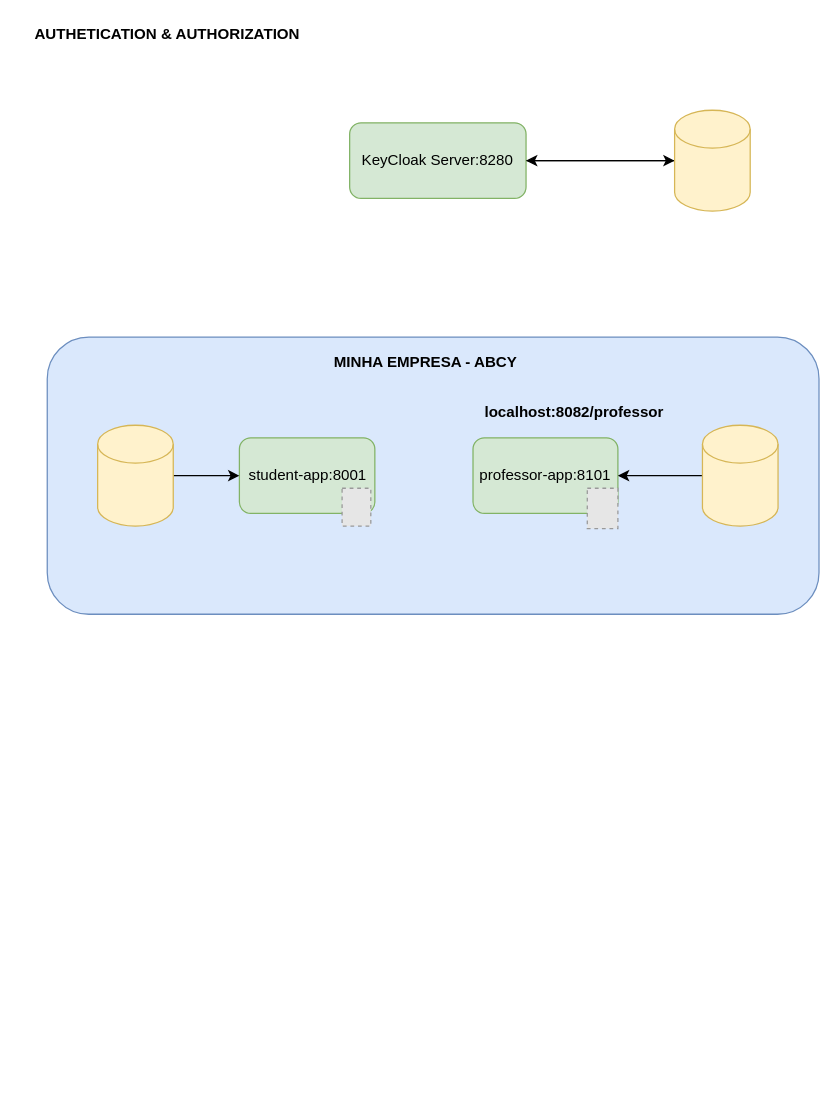
Earlier version of the draw.io diagram spring-security-with-keycloak-app.drawio (CarlosRobertoMedeiros/study-spring-security-with-keycloak). Source tidied: cells renumbered, new cells numbered last; positions are measured from the earlier drawing's top-left corner, leaving out a move shared by most shapes. Both pictures are drawn from the tidied source at 126%, with x=0, y=0 at pixel (21, 21). Pictures stored in the file or linked from it are replaced by grey dashed boxes.
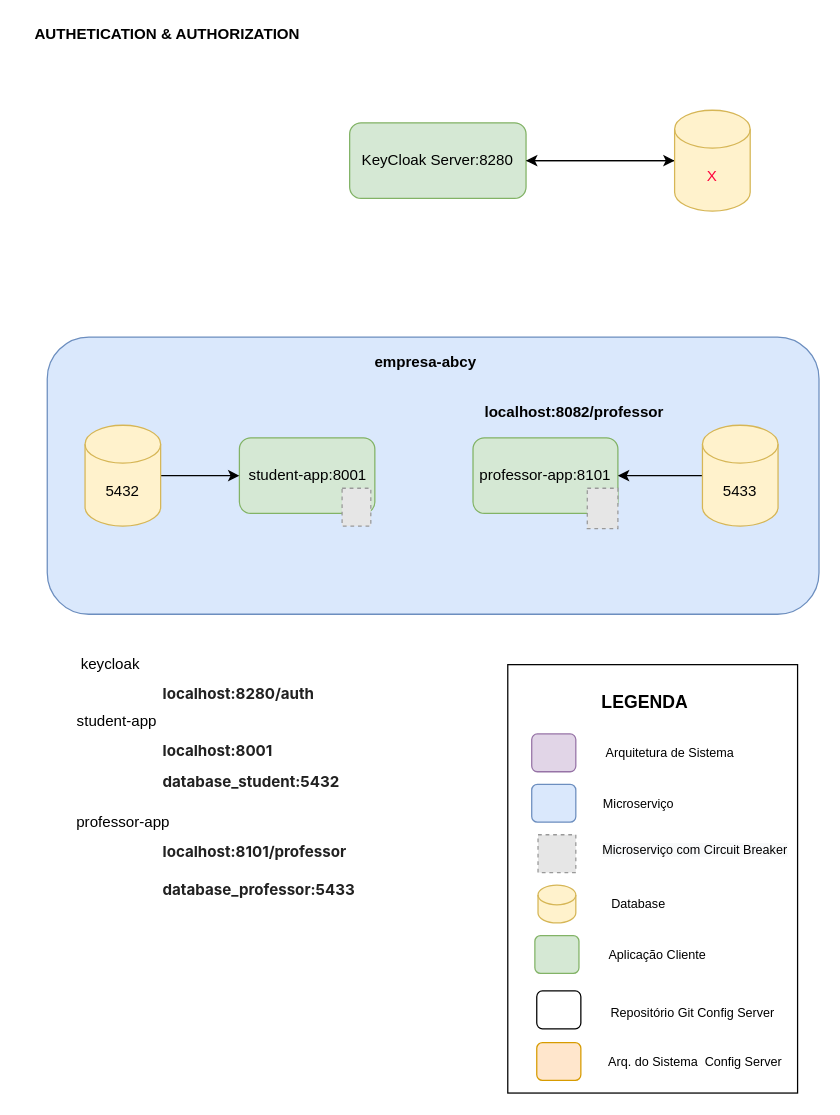
After the change.

The edit, as a diff of the source:
```diff
@@
-    <mxCell id="4" value="&lt;b&gt;MINHA EMPRESA - ABCY&lt;/b&gt;" style="text;html=1;align=center;verticalAlign=middle;strokeColor=none;fillColor=none;" parent="1" vertex="1">
-      <mxGeometry x="240" y="260" width="160" height="20" as="geometry" />
+    <mxCell id="4" value="&lt;b&gt;empresa-abcy&lt;/b&gt;" style="text;html=1;align=center;verticalAlign=middle;strokeColor=none;fillColor=none;" parent="1" vertex="1">
+      <mxGeometry x="270" y="260" width="100" height="20" as="geometry" />
     </mxCell>
@@
-    <mxCell id="13" style="shape=cylinder3;whiteSpace=wrap;html=1;boundedLbl=1;backgroundOutline=1;size=15;fillColor=#fff2cc;strokeColor=#d6b656;" parent="1" vertex="1">
+    <mxCell id="13" value="&lt;font color=&quot;#ff033d&quot;&gt;X&lt;/font&gt;" style="shape=cylinder3;whiteSpace=wrap;html=1;boundedLbl=1;backgroundOutline=1;size=15;fillColor=#fff2cc;strokeColor=#d6b656;" parent="1" vertex="1">
       <mxGeometry x="517.9" y="70" width="60" height="80" as="geometry" />
     </mxCell>
@@
-    <mxCell id="15" style="shape=cylinder3;whiteSpace=wrap;html=1;boundedLbl=1;backgroundOutline=1;size=15;fillColor=#fff2cc;strokeColor=#d6b656;" parent="1" vertex="1">
+    <mxCell id="15" value="5433" style="shape=cylinder3;whiteSpace=wrap;html=1;boundedLbl=1;backgroundOutline=1;size=15;fillColor=#fff2cc;strokeColor=#d6b656;" parent="1" vertex="1">
       <mxGeometry x="540" y="320" width="60" height="80" as="geometry" />
     </mxCell>
@@
-    <mxCell id="17" style="shape=cylinder3;whiteSpace=wrap;html=1;boundedLbl=1;backgroundOutline=1;size=15;fillColor=#fff2cc;strokeColor=#d6b656;" parent="1" vertex="1">
-      <mxGeometry x="60" y="320" width="60" height="80" as="geometry" />
+    <mxCell id="17" value="5432" style="shape=cylinder3;whiteSpace=wrap;html=1;boundedLbl=1;backgroundOutline=1;size=15;fillColor=#fff2cc;strokeColor=#d6b656;" parent="1" vertex="1">
+      <mxGeometry x="50" y="320" width="60" height="80" as="geometry" />
     </mxCell>
+    <mxCell id="18" style="rounded=0;whiteSpace=wrap;html=1;" parent="1" vertex="1">
+      <mxGeometry x="385.5" y="510" width="230" height="340" as="geometry" />
+    </mxCell>
+    <mxCell id="19" value="&lt;b&gt;&lt;font style=&quot;font-size: 14px&quot;&gt;LEGENDA&lt;/font&gt;&lt;/b&gt;" style="text;html=1;align=center;verticalAlign=middle;strokeColor=none;fillColor=none;" parent="1" vertex="1">
+      <mxGeometry x="453.5" y="530" width="80" height="20" as="geometry" />
+    </mxCell>
+    <mxCell id="20" style="rounded=1;whiteSpace=wrap;html=1;fontSize=10;fillColor=#e1d5e7;strokeColor=#9673a6;" parent="1" vertex="1">
+      <mxGeometry x="404.5" y="565" width="35" height="30" as="geometry" />
+    </mxCell>
+    <mxCell id="21" style="rounded=1;whiteSpace=wrap;html=1;fontSize=10;fillColor=#dae8fc;strokeColor=#6c8ebf;" parent="1" vertex="1">
+      <mxGeometry x="404.5" y="605" width="35" height="30" as="geometry" />
+    </mxCell>
+    <mxCell id="22" value="Arquitetura de Sistema" style="text;html=1;align=center;verticalAlign=middle;strokeColor=none;fillColor=none;fontSize=10;" parent="1" vertex="1">
+      <mxGeometry x="453.5" y="570" width="120" height="20" as="geometry" />
+    </mxCell>
+    <mxCell id="23" value="Microserviço" style="text;html=1;align=center;verticalAlign=middle;strokeColor=none;fillColor=none;fontSize=10;" parent="1" vertex="1">
+      <mxGeometry x="453.5" y="610" width="70" height="20" as="geometry" />
+    </mxCell>
+    <mxCell id="24" style="fillColor=#E6E6E6;strokeColor=#999999;dashed=1;verticalLabelPosition=bottom;labelBackgroundColor=default;verticalAlign=top;" parent="1" vertex="1">
+      <mxGeometry x="409.5" y="645" width="30" height="30" as="geometry" />
+    </mxCell>
+    <mxCell id="25" value="&lt;span style=&quot;color: rgb(0 , 0 , 0) ; font-family: &amp;#34;helvetica&amp;#34; ; font-size: 10px ; font-style: normal ; font-weight: 400 ; letter-spacing: normal ; text-align: center ; text-indent: 0px ; text-transform: none ; word-spacing: 0px ; background-color: rgb(248 , 249 , 250) ; display: inline ; float: none&quot;&gt;Microserviço com Circuit Breaker&lt;/span&gt;" style="text;whiteSpace=wrap;html=1;fontSize=10;" parent="1" vertex="1">
+      <mxGeometry x="458.5" y="645" width="150" height="30" as="geometry" />
+    </mxCell>
+    <mxCell id="26" style="shape=cylinder3;whiteSpace=wrap;html=1;boundedLbl=1;backgroundOutline=1;size=7.800048828125;fontSize=17;fillColor=#fff2cc;strokeColor=#d6b656;" parent="1" vertex="1">
+      <mxGeometry x="409.5" y="685" width="30" height="30" as="geometry" />
+    </mxCell>
+    <mxCell id="27" value="Database" style="text;html=1;align=center;verticalAlign=middle;strokeColor=none;fillColor=none;fontSize=10;" parent="1" vertex="1">
+      <mxGeometry x="458.5" y="690" width="60" height="20" as="geometry" />
+    </mxCell>
+    <mxCell id="28" style="rounded=1;whiteSpace=wrap;html=1;fontSize=10;fillColor=#d5e8d4;strokeColor=#82b366;" parent="1" vertex="1">
+      <mxGeometry x="407" y="725" width="35" height="30" as="geometry" />
+    </mxCell>
+    <mxCell id="29" value="Aplicação Cliente" style="text;html=1;align=center;verticalAlign=middle;strokeColor=none;fillColor=none;fontSize=10;" parent="1" vertex="1">
+      <mxGeometry x="458.5" y="730" width="90" height="20" as="geometry" />
+    </mxCell>
+    <mxCell id="30" value="student-app" style="text;html=1;align=center;verticalAlign=middle;strokeColor=none;fillColor=none;" parent="1" vertex="1">
+      <mxGeometry x="34.5" y="545" width="80" height="20" as="geometry" />
+    </mxCell>
+    <mxCell id="31" value="&lt;span style=&quot;color: rgb(33 , 33 , 33) ; font-family: &amp;#34;inter&amp;#34; , &amp;#34;opensans&amp;#34; , &amp;#34;helvetica&amp;#34; , &amp;#34;arial&amp;#34; , sans-serif ; font-size: 12px ; font-style: normal ; letter-spacing: normal ; text-align: left ; text-indent: 0px ; text-transform: none ; word-spacing: 0px ; background-color: rgb(255 , 255 , 255) ; display: inline ; float: none&quot;&gt;&lt;b&gt;localhost:8001&lt;/b&gt;&lt;br&gt;&lt;/span&gt;" style="text;whiteSpace=wrap;html=1;" parent="1" vertex="1">
+      <mxGeometry x="109.5" y="565" width="190" height="40" as="geometry" />
+    </mxCell>
+    <mxCell id="32" value="&lt;b style=&quot;color: rgb(33 , 33 , 33) ; font-family: &amp;#34;inter&amp;#34; , &amp;#34;opensans&amp;#34; , &amp;#34;helvetica&amp;#34; , &amp;#34;arial&amp;#34; , sans-serif ; font-size: 12px ; font-style: normal ; letter-spacing: normal ; text-align: left ; text-indent: 0px ; text-transform: none ; word-spacing: 0px&quot;&gt;localhost:8101/professor&lt;/b&gt;" style="text;whiteSpace=wrap;html=1;" parent="1" vertex="1">
+      <mxGeometry x="110" y="645" width="170" height="30" as="geometry" />
+    </mxCell>
+    <mxCell id="33" value="professor-app" style="text;html=1;align=center;verticalAlign=middle;strokeColor=none;fillColor=none;" parent="1" vertex="1">
+      <mxGeometry x="34.5" y="625" width="90" height="20" as="geometry" />
+    </mxCell>
+    <mxCell id="34" style="rounded=1;whiteSpace=wrap;html=1;fontSize=10;" parent="1" vertex="1">
+      <mxGeometry x="408.5" y="769" width="35" height="30" as="geometry" />
+    </mxCell>
+    <mxCell id="35" value="Repositório Git Config Server" style="text;html=1;align=center;verticalAlign=middle;strokeColor=none;fillColor=none;fontSize=10;" parent="1" vertex="1">
+      <mxGeometry x="456.5" y="776" width="150" height="20" as="geometry" />
+    </mxCell>
+    <mxCell id="36" style="rounded=1;whiteSpace=wrap;html=1;fontSize=10;fillColor=#ffe6cc;strokeColor=#d79b00;" parent="1" vertex="1">
+      <mxGeometry x="408.5" y="810" width="35" height="30" as="geometry" />
+    </mxCell>
+    <mxCell id="37" value="Arq. do Sistema&amp;nbsp;&amp;nbsp;Config Server" style="text;html=1;align=center;verticalAlign=middle;strokeColor=none;fillColor=none;fontSize=10;" parent="1" vertex="1">
+      <mxGeometry x="458.5" y="815" width="150" height="20" as="geometry" />
+    </mxCell>
+    <mxCell id="38" value="keycloak" style="text;html=1;align=left;verticalAlign=middle;strokeColor=none;fillColor=none;" parent="1" vertex="1">
+      <mxGeometry x="45" y="500" width="60" height="20" as="geometry" />
+    </mxCell>
+    <mxCell id="39" value="&lt;span style=&quot;color: rgb(33 , 33 , 33) ; font-family: &amp;#34;inter&amp;#34; , &amp;#34;opensans&amp;#34; , &amp;#34;helvetica&amp;#34; , &amp;#34;arial&amp;#34; , sans-serif ; font-size: 12px ; font-style: normal ; letter-spacing: normal ; text-align: left ; text-indent: 0px ; text-transform: none ; word-spacing: 0px ; background-color: rgb(255 , 255 , 255) ; display: inline ; float: none&quot;&gt;&lt;b&gt;localhost:8280/auth&lt;/b&gt;&lt;br&gt;&lt;/span&gt;" style="text;whiteSpace=wrap;html=1;" parent="1" vertex="1">
+      <mxGeometry x="109.5" y="520" width="190" height="40" as="geometry" />
+    </mxCell>
+    <mxCell id="40" value="&lt;span style=&quot;text-align: left ; text-indent: 0px ; background-color: rgb(255 , 255 , 255) ; display: inline ; float: none&quot;&gt;&lt;font color=&quot;#212121&quot; face=&quot;inter, opensans, helvetica, arial, sans-serif&quot;&gt;&lt;b&gt;database_student:5432&lt;/b&gt;&lt;/font&gt;&lt;br&gt;&lt;/span&gt;" style="text;whiteSpace=wrap;html=1;" parent="1" vertex="1">
+      <mxGeometry x="109.5" y="590" width="190" height="40" as="geometry" />
+    </mxCell>
+    <mxCell id="41" value="&lt;span style=&quot;text-align: left ; text-indent: 0px ; background-color: rgb(255 , 255 , 255) ; display: inline ; float: none&quot;&gt;&lt;font color=&quot;#212121&quot; face=&quot;inter, opensans, helvetica, arial, sans-serif&quot;&gt;&lt;b&gt;database_professor:5433&lt;/b&gt;&lt;/font&gt;&lt;br&gt;&lt;/span&gt;" style="text;whiteSpace=wrap;html=1;" parent="1" vertex="1">
+      <mxGeometry x="110" y="675" width="190" height="40" as="geometry" />
+    </mxCell>
```
